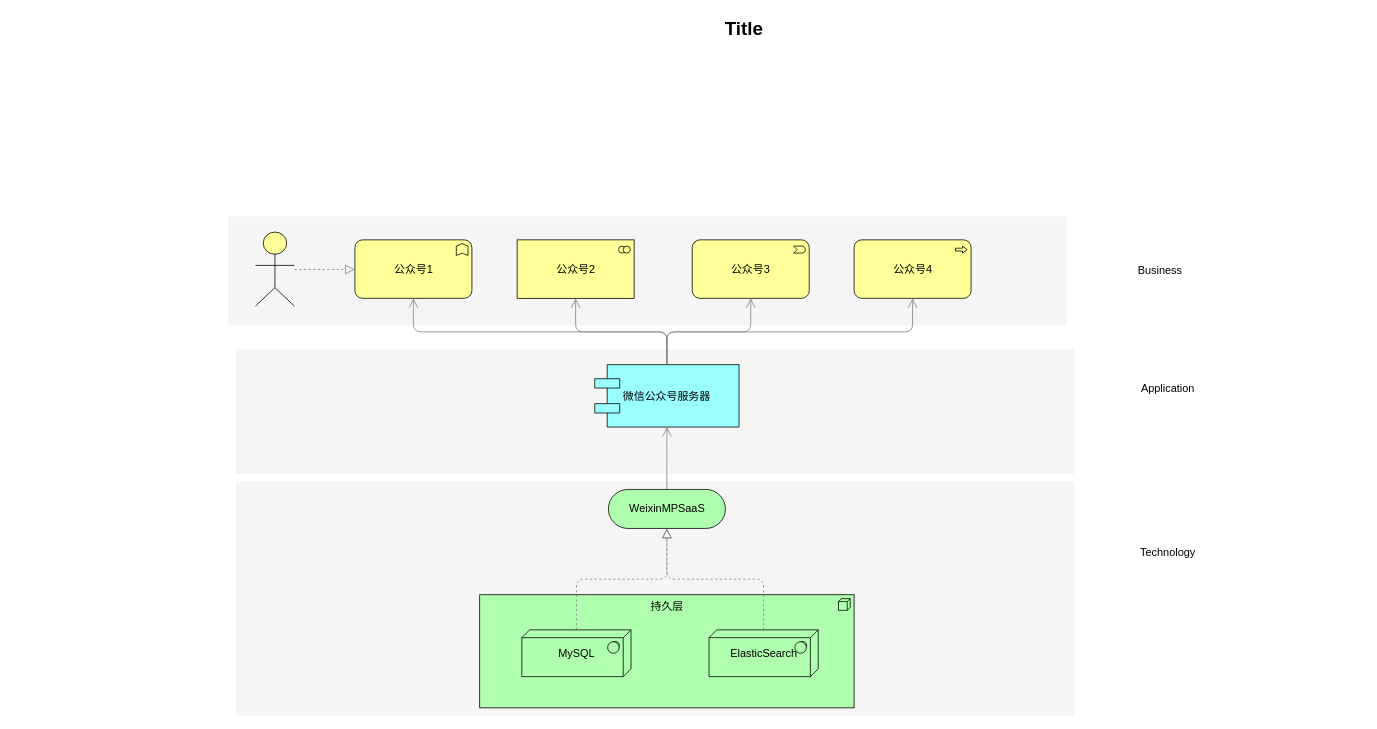
eden2f/docs keeps this draw.io diagram as Untitled Diagram.drawio. Above is the earlier version. Source tidied: cells renumbered, new cells numbered last; positions are measured from the earlier drawing's top-left corner, leaving out a move shared by most shapes. Both pictures are drawn from the tidied source at 78%, with x=0, y=0 at pixel (123, 13).
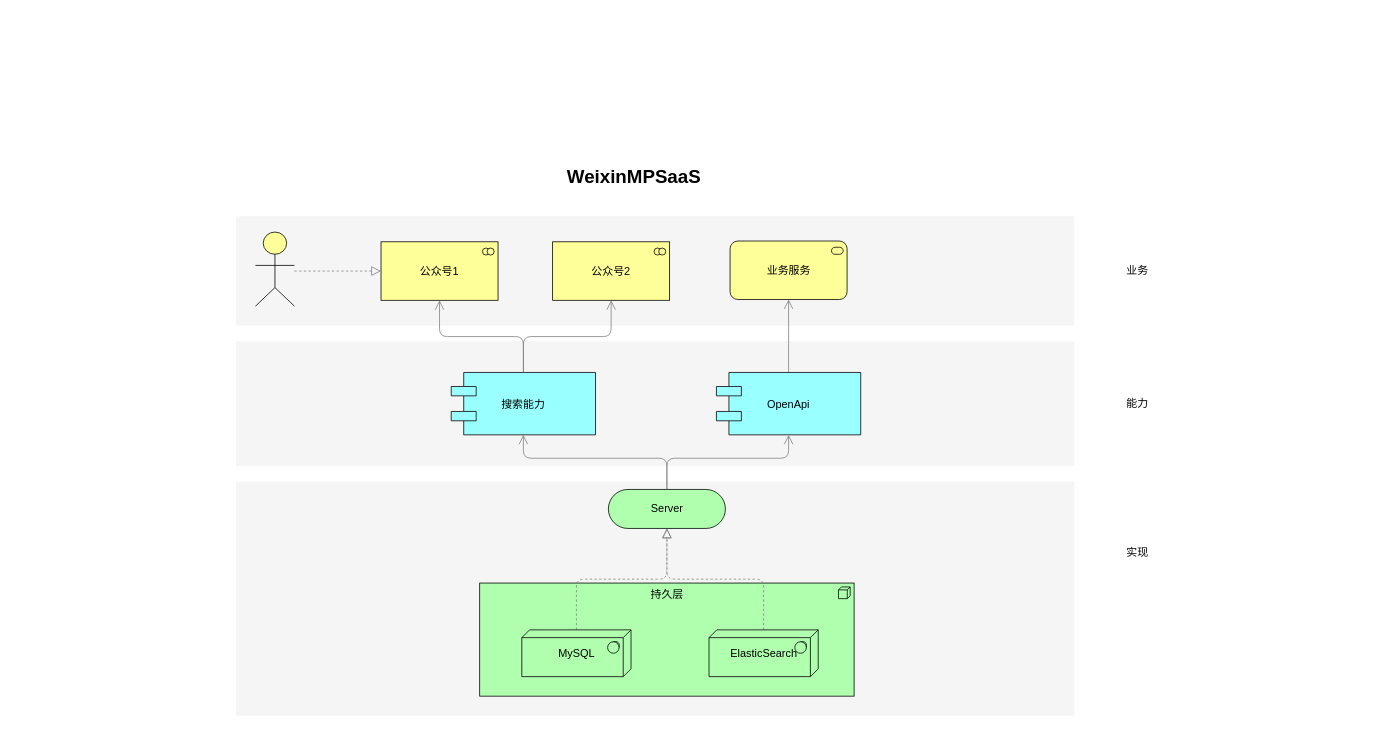
The same diagram, later.

Diff of the diagram source:
```diff
@@
     <mxCell id="3" style="whiteSpace=wrap;html=1;strokeColor=none;strokeWidth=1;fillColor=#f5f5f5;fontSize=14;" parent="1" vertex="1">
-      <mxGeometry x="144" y="430" width="1075" height="160" as="geometry" />
+      <mxGeometry x="144" y="420" width="1075" height="160" as="geometry" />
     </mxCell>
     <mxCell id="4" style="whiteSpace=wrap;html=1;strokeColor=none;strokeWidth=1;fillColor=#f5f5f5;fontSize=14;" parent="1" vertex="1">
-      <mxGeometry x="134" y="260" width="1075" height="140" as="geometry" />
+      <mxGeometry x="144" y="260" width="1075" height="140" as="geometry" />
     </mxCell>
     <mxCell id="5" value="持久层" style="html=1;whiteSpace=wrap;fillColor=#AFFFAF;shape=mxgraph.archimate3.application;appType=node;archiType=square;fontSize=14;verticalAlign=top;" parent="1" vertex="1">
-      <mxGeometry x="456.5" y="745" width="480" height="145" as="geometry" />
+      <mxGeometry x="456.5" y="730" width="480" height="145" as="geometry" />
     </mxCell>
@@
-    <mxCell id="11" value="WeixinMPSaaS" style="html=1;whiteSpace=wrap;fillColor=#AFFFAF;shape=mxgraph.archimate3.service;fontSize=14;" parent="1" vertex="1">
+    <mxCell id="11" value="Server" style="html=1;whiteSpace=wrap;fillColor=#AFFFAF;shape=mxgraph.archimate3.service;fontSize=14;" parent="1" vertex="1">
       <mxGeometry x="621.5" y="610" width="150" height="50" as="geometry" />
     </mxCell>
-    <mxCell id="12" style="edgeStyle=elbowEdgeStyle;rounded=1;elbow=vertical;html=1;startSize=10;endArrow=open;endFill=0;endSize=10;jettySize=auto;strokeColor=#808080;fontSize=14;" parent="1" edge="1" source="13" target="17">
+    <mxCell id="12" style="edgeStyle=elbowEdgeStyle;rounded=1;elbow=vertical;html=1;startSize=10;endArrow=open;endFill=0;endSize=10;jettySize=auto;strokeColor=#808080;fontSize=14;entryX=0.5;entryY=1;entryDx=0;entryDy=0;entryPerimeter=0;" parent="1" edge="1" source="13" target="17">
       <mxGeometry relative="1" as="geometry" />
     </mxCell>
-    <mxCell id="13" value="微信公众号服务器" style="shape=component;align=center;fillColor=#99ffff;gradientColor=none;fontSize=14;" parent="1" vertex="1">
-      <mxGeometry x="604" y="450" width="185" height="80" as="geometry" />
+    <mxCell id="13" value="搜索能力" style="shape=component;align=center;fillColor=#99ffff;gradientColor=none;fontSize=14;" parent="1" vertex="1">
+      <mxGeometry x="420" y="460" width="185" height="80" as="geometry" />
     </mxCell>
-    <mxCell id="14" style="edgeStyle=elbowEdgeStyle;rounded=1;elbow=vertical;html=1;startSize=10;endArrow=open;endFill=0;endSize=10;jettySize=auto;strokeColor=#808080;fontSize=14;" parent="1" edge="1" source="13" target="18">
+    <mxCell id="14" style="edgeStyle=elbowEdgeStyle;rounded=1;elbow=vertical;html=1;startSize=10;endArrow=open;endFill=0;endSize=10;jettySize=auto;strokeColor=#808080;fontSize=14;entryX=0.5;entryY=1;entryDx=0;entryDy=0;entryPerimeter=0;" parent="1" edge="1" source="13" target="18">
       <mxGeometry relative="1" as="geometry" />
     </mxCell>
-    <mxCell id="15" style="edgeStyle=elbowEdgeStyle;rounded=1;elbow=vertical;html=1;startSize=10;endArrow=open;endFill=0;endSize=10;jettySize=auto;strokeColor=#808080;fontSize=14;" parent="1" edge="1" source="13" target="19">
-      <mxGeometry relative="1" as="geometry" />
-    </mxCell>
-    <mxCell id="16" style="edgeStyle=elbowEdgeStyle;rounded=1;elbow=vertical;html=1;startSize=10;endArrow=open;endFill=0;endSize=10;jettySize=auto;strokeColor=#808080;fontSize=14;" parent="1" edge="1" source="13" target="20">
+    <mxCell id="16" style="edgeStyle=elbowEdgeStyle;rounded=1;elbow=vertical;html=1;startSize=10;endArrow=open;endFill=0;endSize=10;jettySize=auto;strokeColor=#808080;fontSize=14;entryX=0.5;entryY=1;entryDx=0;entryDy=0;entryPerimeter=0;" parent="1" edge="1" source="27" target="29">
       <mxGeometry relative="1" as="geometry" />
     </mxCell>
-    <mxCell id="17" value="公众号1" style="html=1;whiteSpace=wrap;fillColor=#ffff99;shape=mxgraph.archimate3.application;appType=func;archiType=rounded;fontSize=14;" parent="1" vertex="1">
-      <mxGeometry x="296.5" y="290" width="150" height="75" as="geometry" />
-    </mxCell>
-    <mxCell id="18" value="公众号2" style="html=1;whiteSpace=wrap;fillColor=#ffff99;shape=mxgraph.archimate3.application;appType=collab;archiType=square;fontSize=14;" parent="1" vertex="1">
-      <mxGeometry x="504.5" y="290" width="150" height="75" as="geometry" />
-    </mxCell>
-    <mxCell id="19" value="公众号3" style="html=1;whiteSpace=wrap;fillColor=#ffff99;shape=mxgraph.archimate3.application;appType=event;archiType=rounded;fontSize=14;" parent="1" vertex="1">
-      <mxGeometry x="729" y="290" width="150" height="75" as="geometry" />
-    </mxCell>
-    <mxCell id="20" value="公众号4" style="html=1;whiteSpace=wrap;fillColor=#ffff99;shape=mxgraph.archimate3.application;appType=proc;archiType=rounded;fontSize=14;" parent="1" vertex="1">
-      <mxGeometry x="936.5" y="290" width="150" height="75" as="geometry" />
-    </mxCell>
-    <mxCell id="21" value="Technology" style="text;html=1;strokeColor=none;fillColor=none;align=center;verticalAlign=middle;whiteSpace=wrap;fontSize=14;" parent="1" vertex="1">
-      <mxGeometry x="1219" y="681" width="240" height="20" as="geometry" />
+    <mxCell id="21" value="实现" style="text;html=1;strokeColor=none;fillColor=none;align=center;verticalAlign=middle;whiteSpace=wrap;fontSize=14;" parent="1" vertex="1">
+      <mxGeometry x="1180" y="681" width="240" height="20" as="geometry" />
     </mxCell>
-    <mxCell id="22" value="Application" style="text;html=1;strokeColor=none;fillColor=none;align=center;verticalAlign=middle;whiteSpace=wrap;fontSize=14;" parent="1" vertex="1">
-      <mxGeometry x="1219" y="471" width="240" height="20" as="geometry" />
+    <mxCell id="22" value="能力" style="text;html=1;strokeColor=none;fillColor=none;align=center;verticalAlign=middle;whiteSpace=wrap;fontSize=14;" parent="1" vertex="1">
+      <mxGeometry x="1180" y="490" width="240" height="20" as="geometry" />
     </mxCell>
-    <mxCell id="23" value="Business" style="text;html=1;strokeColor=none;fillColor=none;align=center;verticalAlign=middle;whiteSpace=wrap;fontSize=14;" parent="1" vertex="1">
-      <mxGeometry x="1209" y="319" width="240" height="20" as="geometry" />
+    <mxCell id="23" value="业务" style="text;html=1;strokeColor=none;fillColor=none;align=center;verticalAlign=middle;whiteSpace=wrap;fontSize=14;" parent="1" vertex="1">
+      <mxGeometry x="1180" y="319" width="240" height="20" as="geometry" />
     </mxCell>
@@
-    <mxCell id="26" value="Title" style="text;strokeColor=none;fillColor=none;html=1;fontSize=24;fontStyle=1;verticalAlign=middle;align=center;" parent="1" vertex="1">
-      <mxGeometry width="1590" height="40" as="geometry" />
+    <mxCell id="26" value="WeixinMPSaaS" style="text;strokeColor=none;fillColor=none;html=1;fontSize=24;fontStyle=1;verticalAlign=middle;align=center;" parent="1" vertex="1">
+      <mxGeometry x="-141" y="190" width="1590" height="40" as="geometry" />
     </mxCell>
+    <mxCell id="27" value="OpenApi" style="shape=component;align=center;fillColor=#99ffff;gradientColor=none;fontSize=14;" parent="1" vertex="1">
+      <mxGeometry x="760" y="460" width="185" height="80" as="geometry" />
+    </mxCell>
+    <mxCell id="28" style="edgeStyle=elbowEdgeStyle;rounded=1;elbow=vertical;html=1;startSize=10;endArrow=open;endFill=0;endSize=10;jettySize=auto;strokeColor=#808080;fontSize=14;exitX=0.5;exitY=0;exitPerimeter=0;exitDx=0;exitDy=0;entryX=0.5;entryY=1;entryDx=0;entryDy=0;" parent="1" edge="1" source="11" target="27">
+      <mxGeometry relative="1" as="geometry">
+        <Array as="points">
+          <mxPoint x="770" y="570" />
+        </Array>
+      </mxGeometry>
+    </mxCell>
+    <mxCell id="17" value="&lt;span style=&quot;font-size: 14px&quot;&gt;公众号1&lt;/span&gt;" style="html=1;outlineConnect=0;whiteSpace=wrap;fillColor=#ffff99;shape=mxgraph.archimate3.application;appType=collab;archiType=square;" parent="1" vertex="1">
+      <mxGeometry x="330" y="292.5" width="150" height="75" as="geometry" />
+    </mxCell>
+    <mxCell id="29" value="&lt;span style=&quot;font-size: 14px&quot;&gt;业务服务&lt;/span&gt;" style="html=1;outlineConnect=0;whiteSpace=wrap;fillColor=#ffff99;shape=mxgraph.archimate3.application;appType=serv;archiType=rounded;" parent="1" vertex="1">
+      <mxGeometry x="777.5" y="291.5" width="150" height="75" as="geometry" />
+    </mxCell>
+    <mxCell id="30" style="edgeStyle=orthogonalEdgeStyle;rounded=0;orthogonalLoop=1;jettySize=auto;html=1;exitX=0.5;exitY=1;exitDx=0;exitDy=0;exitPerimeter=0;" parent="1" edge="1">
+      <mxGeometry relative="1" as="geometry">
+        <mxPoint x="625" y="367.5" as="sourcePoint" />
+        <mxPoint x="625" y="367.5" as="targetPoint" />
+      </mxGeometry>
+    </mxCell>
+    <mxCell id="18" value="&lt;span style=&quot;font-size: 14px&quot;&gt;公众号2&lt;/span&gt;" style="html=1;outlineConnect=0;whiteSpace=wrap;fillColor=#ffff99;shape=mxgraph.archimate3.application;appType=collab;archiType=square;" parent="1" vertex="1">
+      <mxGeometry x="550" y="292.5" width="150" height="75" as="geometry" />
+    </mxCell>
```
